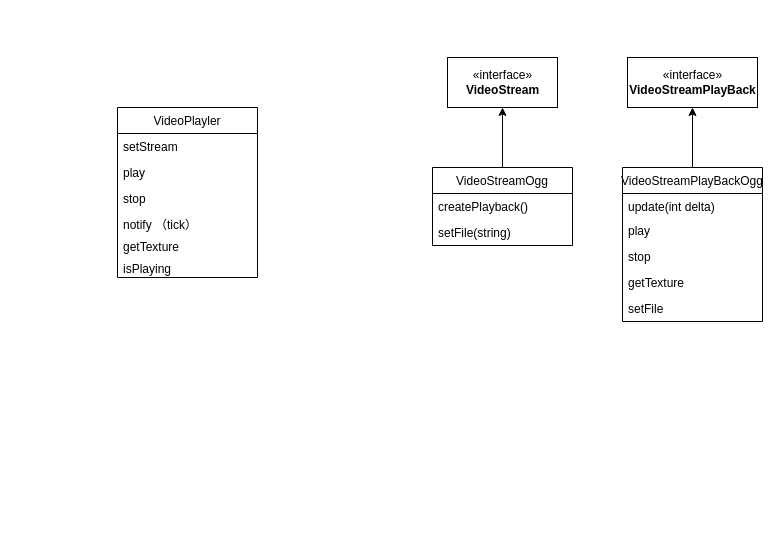
This is video_texture.drawio from oahcy/draw.io, a draw.io file, before an edit. Source tidied: cells renumbered, new cells numbered last; positions are measured from the earlier drawing's top-left corner, leaving out a move shared by most shapes. Both pictures are drawn from the tidied source at 100%, with x=0, y=0 at pixel (117, 57).
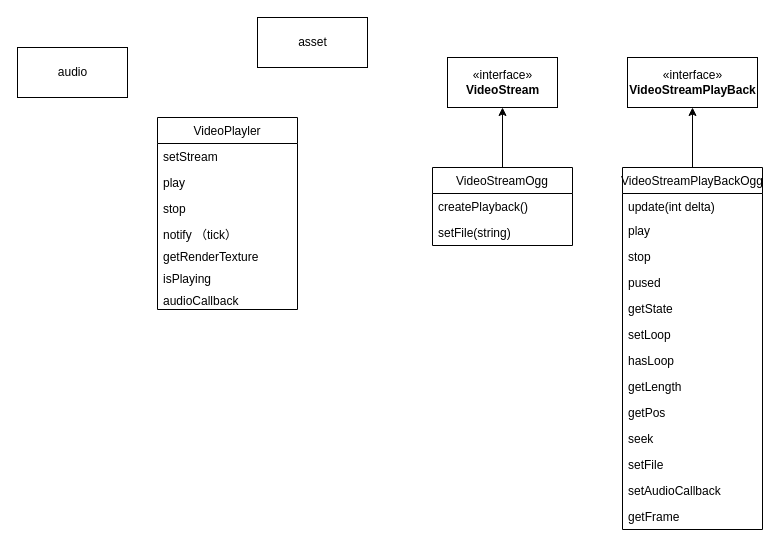
Above is the later version.

The edit, as a diff of the source:
```diff
@@
     <mxCell id="2" value="VideoPlayler" style="swimlane;fontStyle=0;horizontal=1;startSize=26;fillColor=none;" parent="1" vertex="1">
-      <mxGeometry y="50" width="140" height="170" as="geometry" />
+      <mxGeometry x="40" y="60" width="140" height="192" as="geometry" />
     </mxCell>
@@
-    <mxCell id="7" value="getTexture" style="text;strokeColor=none;fillColor=none;align=left;verticalAlign=top;spacingLeft=4;spacingRight=4;overflow=hidden;" parent="2" vertex="1">
+    <mxCell id="7" value="getRenderTexture" style="text;strokeColor=none;fillColor=none;align=left;verticalAlign=top;spacingLeft=4;spacingRight=4;overflow=hidden;" parent="2" vertex="1">
       <mxGeometry y="126" width="140" height="22" as="geometry" />
     </mxCell>
@@
+    <mxCell id="22" value="audioCallback" style="text;strokeColor=none;fillColor=none;align=left;verticalAlign=top;spacingLeft=4;spacingRight=4;overflow=hidden;" parent="2" vertex="1">
+      <mxGeometry y="170" width="140" height="22" as="geometry" />
+    </mxCell>
@@
     <mxCell id="16" value="VideoStreamPlayBackOgg" style="swimlane;fontStyle=0;horizontal=1;startSize=26;fillColor=none;" parent="1" vertex="1">
-      <mxGeometry x="505" y="110" width="140" height="154" as="geometry" />
+      <mxGeometry x="505" y="110" width="140" height="362" as="geometry" />
     </mxCell>
@@
+    <mxCell id="23" value="pused" style="text;strokeColor=none;fillColor=none;align=left;verticalAlign=top;spacingLeft=4;spacingRight=4;overflow=hidden;" parent="16" vertex="1">
+      <mxGeometry y="102" width="140" height="26" as="geometry" />
+    </mxCell>
+    <mxCell id="24" value="getState" style="text;strokeColor=none;fillColor=none;align=left;verticalAlign=top;spacingLeft=4;spacingRight=4;overflow=hidden;" parent="16" vertex="1">
+      <mxGeometry y="128" width="140" height="26" as="geometry" />
+    </mxCell>
+    <mxCell id="25" value="setLoop" style="text;strokeColor=none;fillColor=none;align=left;verticalAlign=top;spacingLeft=4;spacingRight=4;overflow=hidden;" parent="16" vertex="1">
+      <mxGeometry y="154" width="140" height="26" as="geometry" />
+    </mxCell>
-    <mxCell id="20" value="getTexture" style="text;strokeColor=none;fillColor=none;align=left;verticalAlign=top;spacingLeft=4;spacingRight=4;overflow=hidden;" parent="16" vertex="1">
-      <mxGeometry y="102" width="140" height="26" as="geometry" />
+    <mxCell id="20" value="hasLoop" style="text;strokeColor=none;fillColor=none;align=left;verticalAlign=top;spacingLeft=4;spacingRight=4;overflow=hidden;" parent="16" vertex="1">
+      <mxGeometry y="180" width="140" height="26" as="geometry" />
     </mxCell>
+    <mxCell id="26" value="getLength" style="text;strokeColor=none;fillColor=none;align=left;verticalAlign=top;spacingLeft=4;spacingRight=4;overflow=hidden;" parent="16" vertex="1">
+      <mxGeometry y="206" width="140" height="26" as="geometry" />
+    </mxCell>
+    <mxCell id="27" value="getPos" style="text;strokeColor=none;fillColor=none;align=left;verticalAlign=top;spacingLeft=4;spacingRight=4;overflow=hidden;" parent="16" vertex="1">
+      <mxGeometry y="232" width="140" height="26" as="geometry" />
+    </mxCell>
+    <mxCell id="28" value="seek" style="text;strokeColor=none;fillColor=none;align=left;verticalAlign=top;spacingLeft=4;spacingRight=4;overflow=hidden;" parent="16" vertex="1">
+      <mxGeometry y="258" width="140" height="26" as="geometry" />
+    </mxCell>
     <mxCell id="21" value="setFile" style="text;strokeColor=none;fillColor=none;align=left;verticalAlign=top;spacingLeft=4;spacingRight=4;overflow=hidden;" parent="16" vertex="1">
-      <mxGeometry y="128" width="140" height="26" as="geometry" />
+      <mxGeometry y="284" width="140" height="26" as="geometry" />
     </mxCell>
+    <mxCell id="29" value="setAudioCallback" style="text;strokeColor=none;fillColor=none;align=left;verticalAlign=top;spacingLeft=4;spacingRight=4;overflow=hidden;" parent="16" vertex="1">
+      <mxGeometry y="310" width="140" height="26" as="geometry" />
+    </mxCell>
+    <mxCell id="30" value="getFrame" style="text;strokeColor=none;fillColor=none;align=left;verticalAlign=top;spacingLeft=4;spacingRight=4;overflow=hidden;" parent="16" vertex="1">
+      <mxGeometry y="336" width="140" height="26" as="geometry" />
+    </mxCell>
+    <mxCell id="31" value="audio" style="html=1;" parent="1" vertex="1">
+      <mxGeometry x="-100" y="-10" width="110" height="50" as="geometry" />
+    </mxCell>
+    <mxCell id="32" value="asset" style="html=1;" parent="1" vertex="1">
+      <mxGeometry x="140" y="-40" width="110" height="50" as="geometry" />
+    </mxCell>
```
